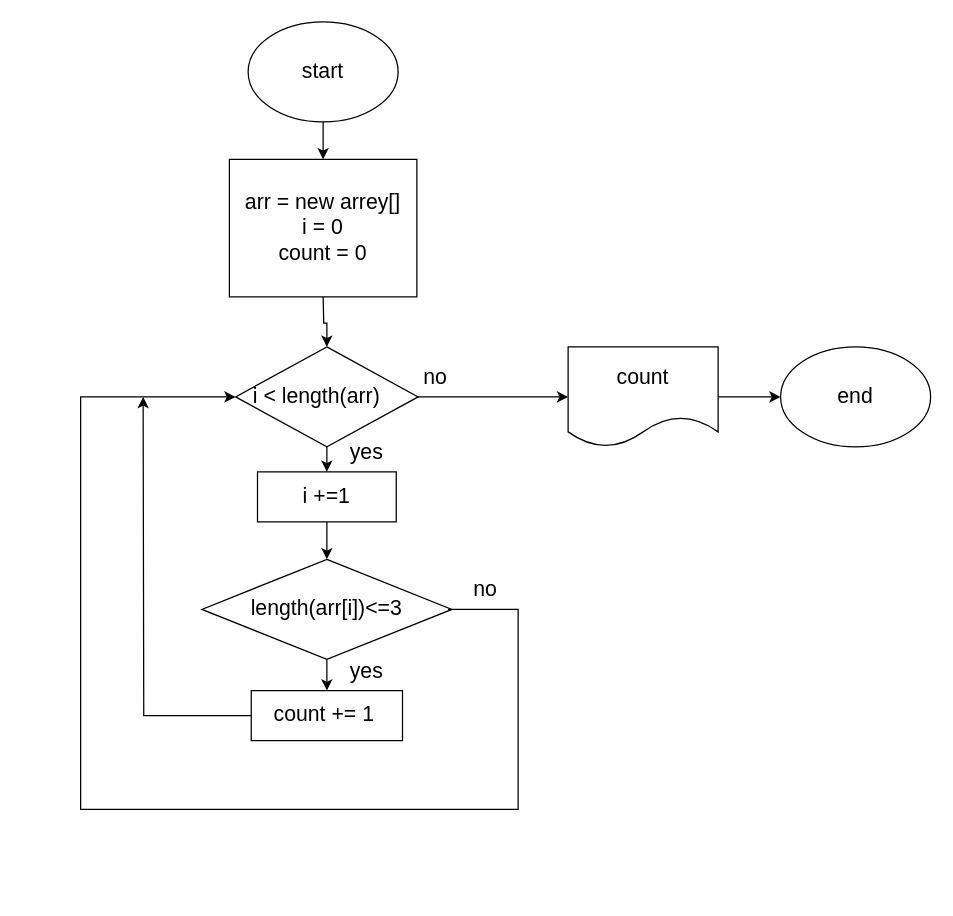
The draw.io diagram io.drawio in LeonoraZH/Home_task, before the edit. Source tidied: cells renumbered, new cells numbered last; positions are measured from the earlier drawing's top-left corner, leaving out a move shared by most shapes. Both pictures are drawn from the tidied source at 125%, with x=0, y=0 at pixel (80, 21).
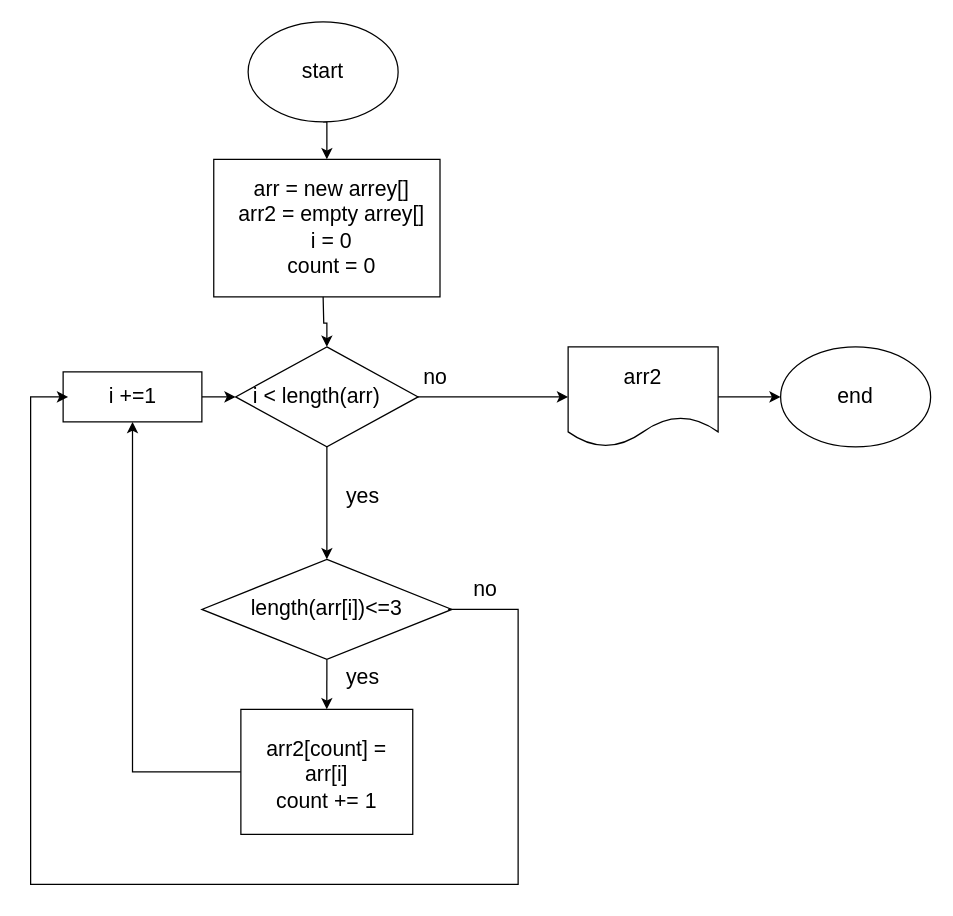
Above is the later version.

Commit message:
drawio file has been chanched

The change refers to these unchanged cells:
```xml
<mxCell id="9" style="rhombus;whiteSpace=wrap;html=1;fontSize=17;" parent="1" vertex="1">
  <mxGeometry x="97" y="430" width="200" height="80" as="geometry" />
</mxCell>
<mxCell id="12" style="rhombus;whiteSpace=wrap;html=1;fontSize=17;" parent="1" vertex="1">
  <mxGeometry x="124" y="260" width="146" height="80" as="geometry" />
</mxCell>
<mxCell id="25" value="no" style="text;html=1;strokeColor=none;fillColor=none;align=center;verticalAlign=middle;whiteSpace=wrap;rounded=0;fontSize=17;" parent="1" vertex="1">
  <mxGeometry x="294" y="440" width="60" height="30" as="geometry" />
</mxCell>
```

The edit, as a diff of the source:
```diff
@@
     <mxCell id="5" style="rounded=0;whiteSpace=wrap;html=1;fontSize=17;" parent="1" vertex="1">
-      <mxGeometry x="119" y="110" width="150" height="110" as="geometry" />
+      <mxGeometry x="106.5" y="110" width="181" height="110" as="geometry" />
     </mxCell>
@@
-    <mxCell id="7" value="arr = new arrey[]&lt;br&gt;i = 0&lt;br&gt;count = 0" style="text;html=1;strokeColor=none;fillColor=none;align=center;verticalAlign=middle;whiteSpace=wrap;rounded=0;fontSize=17;" parent="1" vertex="1">
-      <mxGeometry x="129" y="120" width="130" height="90" as="geometry" />
+    <mxCell id="7" value="arr = new arrey[]&lt;br&gt;arr2 = empty arrey[]&lt;br&gt;i = 0&lt;br&gt;count = 0" style="text;html=1;strokeColor=none;fillColor=none;align=center;verticalAlign=middle;whiteSpace=wrap;rounded=0;fontSize=17;" parent="1" vertex="1">
+      <mxGeometry x="122" y="120" width="158" height="90" as="geometry" />
     </mxCell>
-    <mxCell id="8" style="edgeStyle=orthogonalEdgeStyle;rounded=0;jettySize=auto;html=1;exitX=0.5;exitY=1;exitDx=0;exitDy=0;entryX=0.5;entryY=0;entryDx=0;entryDy=0;fontSize=17;" parent="1" edge="1" source="9" target="21">
+    <mxCell id="8" style="edgeStyle=orthogonalEdgeStyle;rounded=0;jettySize=auto;html=1;exitX=0.5;exitY=1;exitDx=0;exitDy=0;entryX=0.5;entryY=0;entryDx=0;entryDy=0;" parent="1" edge="1" source="9" target="21">
       <mxGeometry relative="1" as="geometry" />
     </mxCell>
@@
-    <mxCell id="11" style="edgeStyle=orthogonalEdgeStyle;rounded=0;jettySize=auto;html=1;exitX=0.5;exitY=1;exitDx=0;exitDy=0;entryX=0.5;entryY=0;entryDx=0;entryDy=0;fontSize=17;" parent="1" edge="1" source="12" target="17">
-      <mxGeometry relative="1" as="geometry" />
-    </mxCell>
+    <mxCell id="31" style="edgeStyle=orthogonalEdgeStyle;rounded=0;jettySize=auto;html=1;exitX=0.5;exitY=1;exitDx=0;exitDy=0;entryX=0.5;entryY=0;entryDx=0;entryDy=0;" parent="1" edge="1" source="12" target="9">
+      <mxGeometry relative="1" as="geometry" />
+    </mxCell>
@@
-    <mxCell id="16" style="edgeStyle=orthogonalEdgeStyle;rounded=0;jettySize=auto;html=1;exitX=0.5;exitY=1;exitDx=0;exitDy=0;entryX=0.5;entryY=0;entryDx=0;entryDy=0;fontSize=17;" parent="1" edge="1" source="17" target="9">
-      <mxGeometry relative="1" as="geometry" />
-    </mxCell>
+    <mxCell id="32" style="edgeStyle=orthogonalEdgeStyle;rounded=0;jettySize=auto;html=1;exitX=1;exitY=0.5;exitDx=0;exitDy=0;entryX=0;entryY=0.5;entryDx=0;entryDy=0;" parent="1" edge="1" source="17" target="12">
+      <mxGeometry relative="1" as="geometry" />
+    </mxCell>
     <mxCell id="17" style="rounded=0;whiteSpace=wrap;html=1;fontSize=17;" parent="1" vertex="1">
-      <mxGeometry x="141.5" y="360" width="111" height="40" as="geometry" />
+      <mxGeometry x="-14" y="280" width="111" height="40" as="geometry" />
     </mxCell>
     <mxCell id="18" value="i +=1" style="text;html=1;strokeColor=none;fillColor=none;align=center;verticalAlign=middle;whiteSpace=wrap;rounded=0;fontSize=17;" parent="1" vertex="1">
-      <mxGeometry x="167" y="365" width="60" height="30" as="geometry" />
+      <mxGeometry x="11.5" y="285" width="60" height="30" as="geometry" />
     </mxCell>
     <mxCell id="19" value="yes" style="text;html=1;strokeColor=none;fillColor=none;align=center;verticalAlign=middle;whiteSpace=wrap;rounded=0;fontSize=17;" parent="1" vertex="1">
-      <mxGeometry x="199" y="330" width="60" height="30" as="geometry" />
+      <mxGeometry x="195.8" y="365" width="60" height="30" as="geometry" />
     </mxCell>
-    <mxCell id="20" style="edgeStyle=orthogonalEdgeStyle;rounded=0;jettySize=auto;html=1;exitX=0;exitY=0.5;exitDx=0;exitDy=0;fontSize=17;" parent="1" edge="1" source="21">
-      <mxGeometry relative="1" as="geometry">
-        <mxPoint x="50" y="300" as="targetPoint" />
-      </mxGeometry>
-    </mxCell>
+    <mxCell id="33" style="edgeStyle=orthogonalEdgeStyle;rounded=0;jettySize=auto;html=1;exitX=0;exitY=0.5;exitDx=0;exitDy=0;entryX=0.5;entryY=1;entryDx=0;entryDy=0;" parent="1" edge="1" source="21" target="17">
+      <mxGeometry relative="1" as="geometry" />
+    </mxCell>
     <mxCell id="21" style="rounded=0;whiteSpace=wrap;html=1;fontSize=17;" parent="1" vertex="1">
-      <mxGeometry x="136.5" y="535" width="121" height="40" as="geometry" />
+      <mxGeometry x="128.2" y="550" width="137.5" height="100" as="geometry" />
     </mxCell>
-    <mxCell id="22" value="count += 1" style="text;html=1;strokeColor=none;fillColor=none;align=center;verticalAlign=middle;whiteSpace=wrap;rounded=0;fontSize=17;" parent="1" vertex="1">
-      <mxGeometry x="141.5" y="540" width="106" height="30" as="geometry" />
+    <mxCell id="22" value="arr2[count] = arr[i]&lt;br&gt;count += 1" style="text;html=1;strokeColor=none;fillColor=none;align=center;verticalAlign=middle;whiteSpace=wrap;rounded=0;fontSize=17;" parent="1" vertex="1">
+      <mxGeometry x="138.2" y="560" width="117.5" height="85" as="geometry" />
     </mxCell>
     <mxCell id="23" value="yes" style="text;html=1;strokeColor=none;fillColor=none;align=center;verticalAlign=middle;whiteSpace=wrap;rounded=0;fontSize=17;" parent="1" vertex="1">
-      <mxGeometry x="199" y="505" width="60" height="30" as="geometry" />
+      <mxGeometry x="195.8" y="510" width="60" height="30" as="geometry" />
     </mxCell>
-    <mxCell id="24" style="edgeStyle=orthogonalEdgeStyle;rounded=0;jettySize=auto;html=1;exitX=0;exitY=1;exitDx=0;exitDy=0;entryX=0;entryY=0.5;entryDx=0;entryDy=0;fontSize=17;" parent="1" edge="1" source="25" target="12">
+    <mxCell id="24" style="edgeStyle=orthogonalEdgeStyle;rounded=0;jettySize=auto;html=1;exitX=0;exitY=1;exitDx=0;exitDy=0;fontSize=17;" parent="1" edge="1" source="25">
       <mxGeometry relative="1" as="geometry">
+        <mxPoint x="-10" y="300" as="targetPoint" />
         <Array as="points">
           <mxPoint x="350" y="470" />
-          <mxPoint x="350" y="630" />
-          <mxPoint y="630" />
-          <mxPoint y="300" />
+          <mxPoint x="350" y="690" />
+          <mxPoint x="-40" y="690" />
+          <mxPoint x="-40" y="300" />
         </Array>
       </mxGeometry>
     </mxCell>
@@
-    <mxCell id="28" value="count" style="text;html=1;strokeColor=none;fillColor=none;align=center;verticalAlign=middle;whiteSpace=wrap;rounded=0;fontSize=17;" parent="1" vertex="1">
+    <mxCell id="28" value="arr2" style="text;html=1;strokeColor=none;fillColor=none;align=center;verticalAlign=middle;whiteSpace=wrap;rounded=0;fontSize=17;" parent="1" vertex="1">
       <mxGeometry x="400" y="270" width="100" height="30" as="geometry" />
     </mxCell>
```
